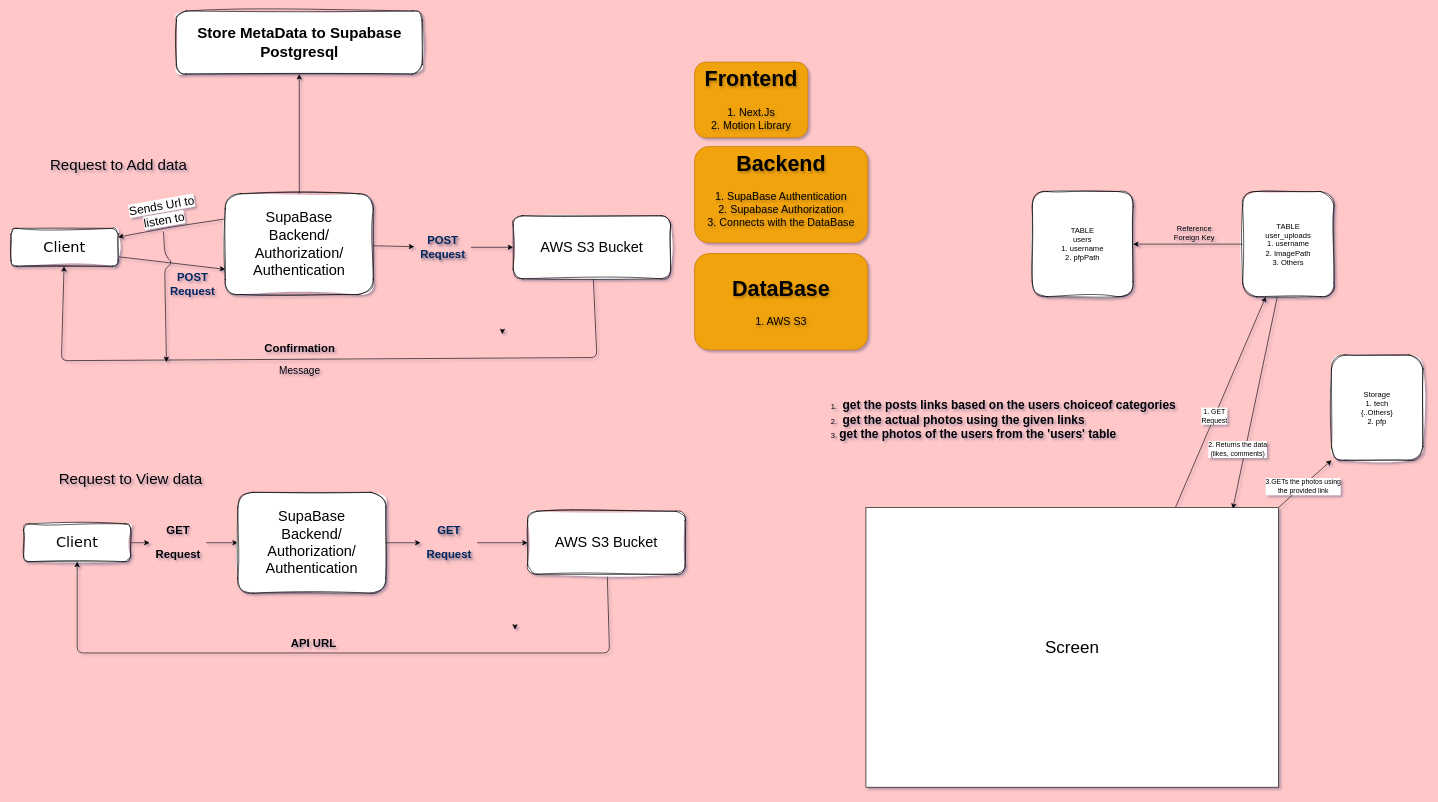
Above: layout.drawio in Vahiyaatproduct9/KickStarter (draw.io), before the change. Source tidied: cells renumbered, new cells numbered last; positions are measured from the earlier drawing's top-left corner, leaving out a move shared by most shapes. Both pictures are drawn from the tidied source at 63%, with x=0, y=0 at pixel (11, 11).
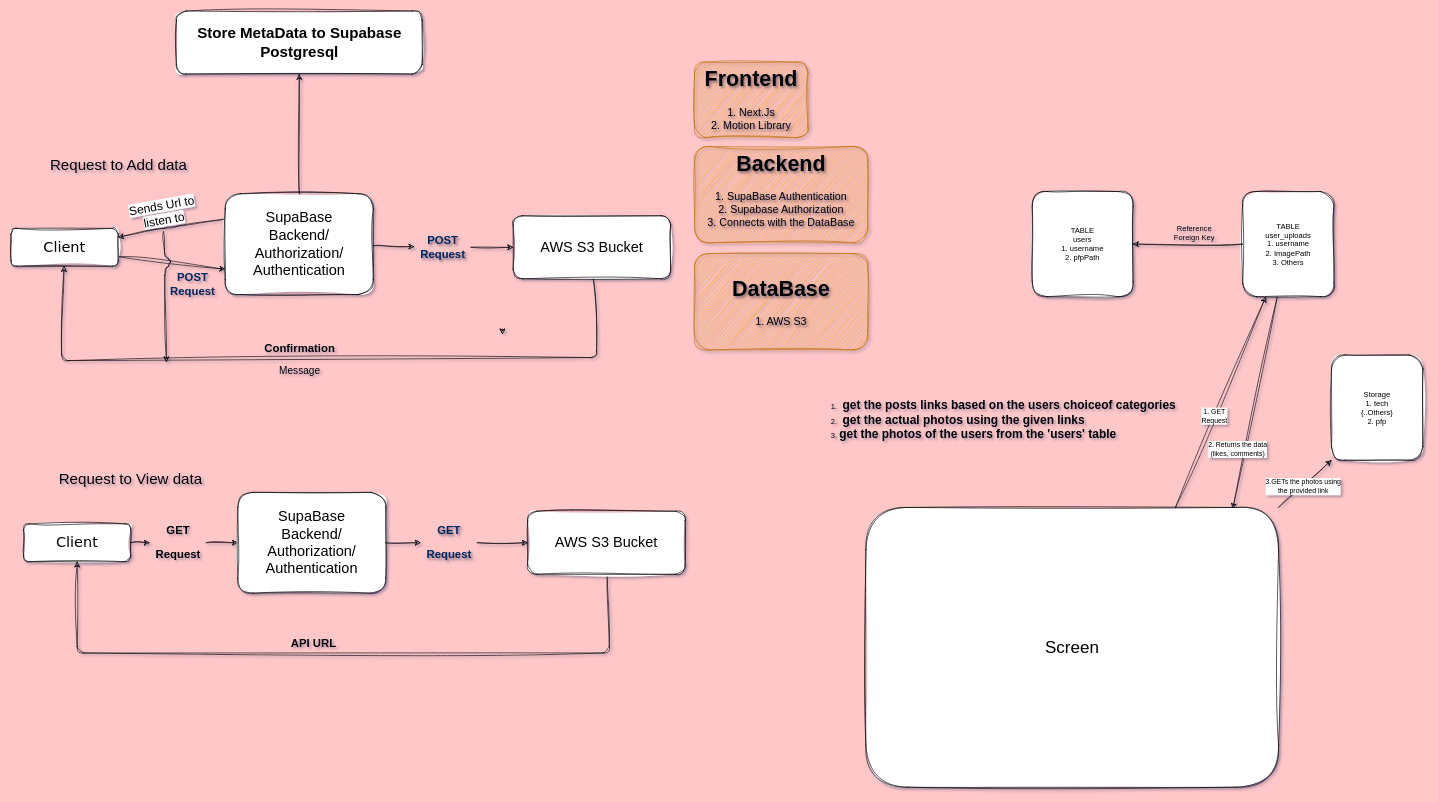
The same diagram, later.

The change refers to these unchanged cells:
```xml
<mxCell id="3" value="&lt;font face=&quot;Verdana&quot;&gt;Client&lt;/font&gt;" style="whiteSpace=wrap;html=1;sketch=1;curveFitting=1;jiggle=2;rounded=1;gradientColor=none;verticalAlign=middle;fontSize=23;" parent="1" vertex="1">
  <mxGeometry y="345" width="170" height="60" as="geometry" />
</mxCell>
<mxCell id="7" value="SupaBase&lt;div&gt;Backend/&lt;/div&gt;&lt;div&gt;Authorization/&lt;/div&gt;&lt;div&gt;Authentication&lt;/div&gt;" style="whiteSpace=wrap;html=1;sketch=1;curveFitting=1;jiggle=2;rounded=1;fontSize=23;" parent="1" vertex="1">
  <mxGeometry x="340" y="290" width="235" height="160" as="geometry" />
</mxCell>
<mxCell id="10" value="AWS S3 Bucket" style="rounded=1;whiteSpace=wrap;html=1;fontSize=23;sketch=1;curveFitting=1;jiggle=2;" parent="1" vertex="1">
  <mxGeometry x="797" y="325" width="250" height="100" as="geometry" />
</mxCell>
<mxCell id="13" value="&lt;h2&gt;&lt;font style=&quot;font-size: 24px;&quot;&gt;Store MetaData to Supabase Postgresql&lt;/font&gt;&lt;/h2&gt;" style="whiteSpace=wrap;html=1;sketch=1;curveFitting=1;jiggle=2;rounded=1;" parent="1" vertex="1">
  <mxGeometry x="262.5" width="390" height="100" as="geometry" />
</mxCell>
<mxCell id="15" value="&lt;font face=&quot;Verdana&quot;&gt;Client&lt;/font&gt;" style="whiteSpace=wrap;html=1;sketch=1;curveFitting=1;jiggle=2;rounded=1;gradientColor=none;verticalAlign=middle;fontSize=23;" parent="1" vertex="1">
  <mxGeometry x="20" y="814" width="170" height="60" as="geometry" />
</mxCell>
<mxCell id="17" value="SupaBase&lt;div&gt;Backend/&lt;/div&gt;&lt;div&gt;Authorization/&lt;/div&gt;&lt;div&gt;Authentication&lt;/div&gt;" style="whiteSpace=wrap;html=1;sketch=1;curveFitting=1;jiggle=2;rounded=1;fontSize=23;" parent="1" vertex="1">
  <mxGeometry x="360" y="764" width="235" height="160" as="geometry" />
</mxCell>
<mxCell id="20" value="AWS S3 Bucket" style="rounded=1;whiteSpace=wrap;html=1;fontSize=23;sketch=1;curveFitting=1;jiggle=2;" parent="1" vertex="1">
  <mxGeometry x="820" y="794" width="250" height="100" as="geometry" />
</mxCell>
<mxCell id="35" value="TABLE&lt;div&gt;users&lt;br&gt;&lt;/div&gt;&lt;div&gt;1. username&lt;/div&gt;&lt;div&gt;2. pfpPath&lt;/div&gt;" style="whiteSpace=wrap;html=1;sketch=1;curveFitting=1;jiggle=2;rounded=1;" parent="1" vertex="1">
  <mxGeometry x="1621" y="286.5" width="160" height="167" as="geometry" />
</mxCell>
<mxCell id="38" value="TABLE&lt;div&gt;user_uploads&lt;br&gt;&lt;/div&gt;&lt;div&gt;1. username&lt;/div&gt;&lt;div&gt;2. ImagePath&lt;/div&gt;&lt;div&gt;3. Others&lt;/div&gt;" style="whiteSpace=wrap;html=1;sketch=1;curveFitting=1;jiggle=2;rounded=1;" parent="1" vertex="1">
  <mxGeometry x="1955" y="286.5" width="145" height="167" as="geometry" />
</mxCell>
<mxCell id="41" value="Storage&lt;div&gt;1. tech&lt;/div&gt;&lt;div&gt;{..Others}&lt;/div&gt;&lt;div&gt;2. pfp&lt;/div&gt;" style="whiteSpace=wrap;html=1;sketch=1;curveFitting=1;jiggle=2;rounded=1;" parent="1" vertex="1">
  <mxGeometry x="2096" y="546" width="145" height="167" as="geometry" />
</mxCell>
```

What changed in the source:
```diff
@@
-    <mxCell id="2" style="edgeStyle=none;html=1;exitX=1;exitY=0.75;exitDx=0;exitDy=0;entryX=0;entryY=0.75;entryDx=0;entryDy=0;rounded=1;" parent="1" edge="1" source="3" target="7">
+    <mxCell id="2" style="edgeStyle=none;html=1;exitX=1;exitY=0.75;exitDx=0;exitDy=0;entryX=0;entryY=0.75;entryDx=0;entryDy=0;rounded=1;sketch=1;curveFitting=1;jiggle=2;" parent="1" edge="1" source="3" target="7">
       <mxGeometry relative="1" as="geometry" />
     </mxCell>
@@
-    <mxCell id="4" style="edgeStyle=none;rounded=1;html=1;" parent="1" edge="1" source="29" target="10">
+    <mxCell id="4" style="edgeStyle=none;rounded=1;html=1;sketch=1;curveFitting=1;jiggle=2;" parent="1" edge="1" source="29" target="10">
       <mxGeometry relative="1" as="geometry" />
     </mxCell>
-    <mxCell id="5" style="edgeStyle=none;rounded=1;html=1;exitX=0.5;exitY=0;exitDx=0;exitDy=0;entryX=0.5;entryY=1;entryDx=0;entryDy=0;" parent="1" edge="1" source="7" target="13">
+    <mxCell id="5" style="edgeStyle=none;rounded=1;html=1;exitX=0.5;exitY=0;exitDx=0;exitDy=0;entryX=0.5;entryY=1;entryDx=0;entryDy=0;sketch=1;curveFitting=1;jiggle=2;" parent="1" edge="1" source="7" target="13">
       <mxGeometry relative="1" as="geometry" />
     </mxCell>
-    <mxCell id="6" style="edgeStyle=none;html=1;exitX=0;exitY=0.25;exitDx=0;exitDy=0;rounded=1;" parent="1" edge="1" source="7" target="3">
+    <mxCell id="6" style="edgeStyle=none;html=1;exitX=0;exitY=0.25;exitDx=0;exitDy=0;rounded=1;sketch=1;curveFitting=1;jiggle=2;" parent="1" edge="1" source="7" target="3">
       <mxGeometry relative="1" as="geometry">
         <Array as="points">
           <mxPoint x="254" y="343" />
         </Array>
       </mxGeometry>
     </mxCell>
@@
-    <mxCell id="8" style="edgeStyle=none;rounded=1;html=1;exitX=1;exitY=0.5;exitDx=0;exitDy=0;fontSize=23;" parent="1" edge="1">
+    <mxCell id="8" style="edgeStyle=none;rounded=1;html=1;exitX=1;exitY=0.5;exitDx=0;exitDy=0;fontSize=23;sketch=1;curveFitting=1;jiggle=2;" parent="1" edge="1">
       <mxGeometry relative="1" as="geometry">
         <mxPoint x="780" y="505" as="sourcePoint" />
         <mxPoint x="780" y="513" as="targetPoint" />
       </mxGeometry>
     </mxCell>
-    <mxCell id="9" style="edgeStyle=none;rounded=1;html=1;" parent="1" edge="1" source="10" target="3">
+    <mxCell id="9" style="edgeStyle=none;rounded=1;html=1;sketch=1;curveFitting=1;jiggle=2;" parent="1" edge="1" source="10" target="3">
       <mxGeometry relative="1" as="geometry">
         <Array as="points">
           <mxPoint x="930" y="550" />
           <mxPoint x="80" y="555" />
         </Array>
       </mxGeometry>
     </mxCell>
@@
-    <mxCell id="11" value="&lt;font style=&quot;font-size: 24px;&quot;&gt;Request to Add data&lt;/font&gt;" style="text;strokeColor=none;align=center;fillColor=none;html=1;verticalAlign=middle;whiteSpace=wrap;rounded=1;" parent="1" vertex="1">
+    <mxCell id="11" value="&lt;font style=&quot;font-size: 24px;&quot;&gt;Request to Add data&lt;/font&gt;" style="text;strokeColor=none;align=center;fillColor=none;html=1;verticalAlign=middle;whiteSpace=wrap;rounded=1;sketch=1;curveFitting=1;jiggle=2;" parent="1" vertex="1">
       <mxGeometry x="51" y="225" width="240" height="40" as="geometry" />
     </mxCell>
-    <mxCell id="12" value="&lt;h2&gt;&lt;font style=&quot;font-size: 18px;&quot;&gt;Confirmation&lt;/font&gt;&lt;/h2&gt;&lt;div&gt;&lt;font size=&quot;3&quot;&gt;Message&lt;/font&gt;&lt;/div&gt;" style="text;html=1;align=center;verticalAlign=middle;strokeColor=none;fillColor=none;rounded=1;" parent="1" vertex="1">
+    <mxCell id="12" value="&lt;h2&gt;&lt;font style=&quot;font-size: 18px;&quot;&gt;Confirmation&lt;/font&gt;&lt;/h2&gt;&lt;div&gt;&lt;font size=&quot;3&quot;&gt;Message&lt;/font&gt;&lt;/div&gt;" style="text;html=1;align=center;verticalAlign=middle;strokeColor=none;fillColor=none;rounded=1;sketch=1;curveFitting=1;jiggle=2;" parent="1" vertex="1">
       <mxGeometry x="387.5" y="505" width="140" height="80" as="geometry" />
     </mxCell>
@@
-    <mxCell id="14" style="edgeStyle=none;rounded=1;html=1;fontSize=23;" parent="1" edge="1" source="24" target="17">
+    <mxCell id="14" style="edgeStyle=none;rounded=1;html=1;fontSize=23;sketch=1;curveFitting=1;jiggle=2;" parent="1" edge="1" source="24" target="17">
       <mxGeometry relative="1" as="geometry" />
     </mxCell>
@@
-    <mxCell id="16" style="edgeStyle=none;rounded=1;html=1;" parent="1" edge="1" source="26" target="20">
+    <mxCell id="16" style="edgeStyle=none;rounded=1;html=1;sketch=1;curveFitting=1;jiggle=2;" parent="1" edge="1" source="26" target="20">
       <mxGeometry relative="1" as="geometry" />
     </mxCell>
@@
-    <mxCell id="18" style="edgeStyle=none;rounded=1;html=1;exitX=1;exitY=0.5;exitDx=0;exitDy=0;fontSize=23;" parent="1" edge="1">
-      <mxGeometry relative="1" as="geometry">
-        <mxPoint x="800" y="974" as="sourcePoint" />
-        <mxPoint x="800" y="982" as="targetPoint" />
-      </mxGeometry>
-    </mxCell>
-    <mxCell id="19" style="edgeStyle=none;rounded=1;html=1;" parent="1" edge="1" source="20" target="15">
+    <mxCell id="19" style="edgeStyle=none;rounded=1;html=1;sketch=1;curveFitting=1;jiggle=2;" parent="1" edge="1" source="20" target="15">
       <mxGeometry relative="1" as="geometry">
         <Array as="points">
           <mxPoint x="950" y="1019" />
           <mxPoint x="105" y="1019" />
         </Array>
       </mxGeometry>
     </mxCell>
@@
-    <mxCell id="21" value="&lt;font style=&quot;font-size: 24px;&quot;&gt;Request to View data&lt;/font&gt;" style="text;strokeColor=none;align=center;fillColor=none;html=1;verticalAlign=middle;whiteSpace=wrap;rounded=1;" parent="1" vertex="1">
+    <mxCell id="21" value="&lt;font style=&quot;font-size: 24px;&quot;&gt;Request to View data&lt;/font&gt;" style="text;strokeColor=none;align=center;fillColor=none;html=1;verticalAlign=middle;whiteSpace=wrap;rounded=1;sketch=1;curveFitting=1;jiggle=2;" parent="1" vertex="1">
       <mxGeometry x="70" y="724" width="240" height="40" as="geometry" />
     </mxCell>
-    <mxCell id="22" value="&lt;h2&gt;API URL&lt;/h2&gt;" style="text;html=1;align=center;verticalAlign=middle;strokeColor=none;fillColor=none;rounded=1;" parent="1" vertex="1">
+    <mxCell id="22" value="&lt;h2&gt;API URL&lt;/h2&gt;" style="text;html=1;align=center;verticalAlign=middle;strokeColor=none;fillColor=none;rounded=1;sketch=1;curveFitting=1;jiggle=2;" parent="1" vertex="1">
       <mxGeometry x="430" y="974" width="100" height="60" as="geometry" />
     </mxCell>
-    <mxCell id="23" style="edgeStyle=none;rounded=1;html=1;fontSize=23;" parent="1" edge="1" source="15" target="24">
+    <mxCell id="23" style="edgeStyle=none;rounded=1;html=1;fontSize=23;sketch=1;curveFitting=1;jiggle=2;" parent="1" edge="1" source="15" target="24">
       <mxGeometry relative="1" as="geometry" />
     </mxCell>
-    <mxCell id="24" value="&lt;h2&gt;GET&lt;/h2&gt;&lt;h2&gt;Request&lt;/h2&gt;" style="text;html=1;align=center;verticalAlign=middle;points=[];strokeColor=none;fillColor=none;rounded=1;" parent="1" vertex="1">
+    <mxCell id="24" value="&lt;h2&gt;GET&lt;/h2&gt;&lt;h2&gt;Request&lt;/h2&gt;" style="text;html=1;align=center;verticalAlign=middle;points=[];strokeColor=none;fillColor=none;rounded=1;sketch=1;curveFitting=1;jiggle=2;" parent="1" vertex="1">
       <mxGeometry x="220" y="794" width="90" height="100" as="geometry" />
     </mxCell>
-    <mxCell id="25" style="edgeStyle=none;rounded=1;html=1;" parent="1" edge="1" source="17" target="26">
+    <mxCell id="25" style="edgeStyle=none;rounded=1;html=1;sketch=1;curveFitting=1;jiggle=2;" parent="1" edge="1" source="17" target="26">
       <mxGeometry relative="1" as="geometry" />
     </mxCell>
-    <mxCell id="26" value="&lt;h2&gt;&lt;font style=&quot;color: rgb(0, 39, 97);&quot;&gt;&lt;b&gt;GET&lt;/b&gt;&lt;/font&gt;&lt;/h2&gt;&lt;h2&gt;&lt;font style=&quot;color: rgb(0, 39, 97);&quot;&gt;&lt;b&gt;Request&lt;/b&gt;&lt;/font&gt;&lt;/h2&gt;" style="text;html=1;align=center;verticalAlign=middle;points=[];strokeColor=none;fillColor=none;textShadow=1;labelBorderColor=none;labelBackgroundColor=none;rounded=1;" parent="1" vertex="1">
+    <mxCell id="26" value="&lt;h2&gt;&lt;font style=&quot;color: rgb(0, 39, 97);&quot;&gt;&lt;b&gt;GET&lt;/b&gt;&lt;/font&gt;&lt;/h2&gt;&lt;h2&gt;&lt;font style=&quot;color: rgb(0, 39, 97);&quot;&gt;&lt;b&gt;Request&lt;/b&gt;&lt;/font&gt;&lt;/h2&gt;" style="text;html=1;align=center;verticalAlign=middle;points=[];strokeColor=none;fillColor=none;textShadow=1;labelBorderColor=none;labelBackgroundColor=none;rounded=1;sketch=1;curveFitting=1;jiggle=2;" parent="1" vertex="1">
       <mxGeometry x="650" y="794" width="90" height="100" as="geometry" />
     </mxCell>
-    <mxCell id="27" value="&lt;h2&gt;&lt;font style=&quot;color: rgb(0, 39, 97);&quot;&gt;&lt;b&gt;POST&lt;br&gt;&lt;/b&gt;&lt;b&gt;Request&lt;/b&gt;&lt;/font&gt;&lt;/h2&gt;" style="text;html=1;align=center;verticalAlign=middle;strokeColor=none;fillColor=none;rounded=1;" parent="1" vertex="1">
+    <mxCell id="27" value="&lt;h2&gt;&lt;font style=&quot;color: rgb(0, 39, 97);&quot;&gt;&lt;b&gt;POST&lt;br&gt;&lt;/b&gt;&lt;b&gt;Request&lt;/b&gt;&lt;/font&gt;&lt;/h2&gt;" style="text;html=1;align=center;verticalAlign=middle;strokeColor=none;fillColor=none;rounded=1;sketch=1;curveFitting=1;jiggle=2;" parent="1" vertex="1">
       <mxGeometry x="243" y="389" width="90" height="90" as="geometry" />
     </mxCell>
-    <mxCell id="28" style="edgeStyle=none;rounded=1;html=1;" parent="1" edge="1" source="7" target="29">
+    <mxCell id="28" style="edgeStyle=none;rounded=1;html=1;sketch=1;curveFitting=1;jiggle=2;" parent="1" edge="1" source="7" target="29">
       <mxGeometry relative="1" as="geometry" />
     </mxCell>
-    <mxCell id="29" value="&lt;h2&gt;&lt;font style=&quot;color: rgb(0, 39, 97);&quot;&gt;&lt;b&gt;POST&lt;br&gt;&lt;/b&gt;&lt;b&gt;Request&lt;/b&gt;&lt;/font&gt;&lt;/h2&gt;" style="text;html=1;align=center;verticalAlign=middle;points=[];strokeColor=none;fillColor=none;textShadow=1;labelBorderColor=none;labelBackgroundColor=none;rounded=1;" parent="1" vertex="1">
+    <mxCell id="29" value="&lt;h2&gt;&lt;font style=&quot;color: rgb(0, 39, 97);&quot;&gt;&lt;b&gt;POST&lt;br&gt;&lt;/b&gt;&lt;b&gt;Request&lt;/b&gt;&lt;/font&gt;&lt;/h2&gt;" style="text;html=1;align=center;verticalAlign=middle;points=[];strokeColor=none;fillColor=none;textShadow=1;labelBorderColor=none;labelBackgroundColor=none;rounded=1;sketch=1;curveFitting=1;jiggle=2;" parent="1" vertex="1">
       <mxGeometry x="640" y="330" width="90" height="90" as="geometry" />
     </mxCell>
-    <mxCell id="30" value="&lt;h1 style=&quot;margin-top: 0px;&quot;&gt;Frontend&lt;/h1&gt;&lt;div&gt;1. Next.Js&lt;/div&gt;&lt;div&gt;2. Motion Library&lt;/div&gt;" style="text;html=1;whiteSpace=wrap;overflow=hidden;rounded=1;fillColor=#f0a30a;fontColor=#000000;strokeColor=#BD7000;fontSize=17;textShadow=1;align=center;fontStyle=0;" parent="1" vertex="1">
+    <mxCell id="30" value="&lt;h1 style=&quot;margin-top: 0px;&quot;&gt;Frontend&lt;/h1&gt;&lt;div&gt;1. Next.Js&lt;/div&gt;&lt;div&gt;2. Motion Library&lt;/div&gt;" style="text;html=1;whiteSpace=wrap;overflow=hidden;rounded=1;fillColor=#f0a30a;fontColor=#000000;strokeColor=#BD7000;fontSize=17;textShadow=1;align=center;fontStyle=0;sketch=1;curveFitting=1;jiggle=2;" parent="1" vertex="1">
       <mxGeometry x="1085" y="81" width="180" height="120" as="geometry" />
     </mxCell>
-    <mxCell id="31" value="&lt;h1 style=&quot;margin-top: 0px;&quot;&gt;Backend&lt;/h1&gt;&lt;div&gt;1. SupaBase Authentication&lt;/div&gt;&lt;div&gt;2. Supabase Authorization&lt;/div&gt;&lt;div&gt;3. Connects with the DataBase&lt;/div&gt;" style="text;html=1;whiteSpace=wrap;overflow=hidden;rounded=1;fillColor=#f0a30a;fontColor=#000000;strokeColor=#BD7000;fontSize=17;textShadow=1;align=center;" parent="1" vertex="1">
+    <mxCell id="31" value="&lt;h1 style=&quot;margin-top: 0px;&quot;&gt;Backend&lt;/h1&gt;&lt;div&gt;1. SupaBase Authentication&lt;/div&gt;&lt;div&gt;2. Supabase Authorization&lt;/div&gt;&lt;div&gt;3. Connects with the DataBase&lt;/div&gt;" style="text;html=1;whiteSpace=wrap;overflow=hidden;rounded=1;fillColor=#f0a30a;fontColor=#000000;strokeColor=#BD7000;fontSize=17;textShadow=1;align=center;sketch=1;curveFitting=1;jiggle=2;" parent="1" vertex="1">
       <mxGeometry x="1085" y="215" width="275" height="153" as="geometry" />
     </mxCell>
-    <mxCell id="32" value="&lt;h1 style=&quot;margin-top: 0px;&quot;&gt;DataBase&lt;/h1&gt;&lt;div&gt;1. AWS S3&lt;/div&gt;" style="text;html=1;whiteSpace=wrap;overflow=hidden;rounded=1;fillColor=#f0a30a;fontColor=#000000;strokeColor=#BD7000;fontSize=17;textShadow=1;verticalAlign=middle;align=center;" parent="1" vertex="1">
+    <mxCell id="32" value="&lt;h1 style=&quot;margin-top: 0px;&quot;&gt;DataBase&lt;/h1&gt;&lt;div&gt;1. AWS S3&lt;/div&gt;" style="text;html=1;whiteSpace=wrap;overflow=hidden;rounded=1;fillColor=#f0a30a;fontColor=#000000;strokeColor=#BD7000;fontSize=17;textShadow=1;verticalAlign=middle;align=center;sketch=1;curveFitting=1;jiggle=2;" parent="1" vertex="1">
       <mxGeometry x="1085" y="385" width="275" height="153" as="geometry" />
     </mxCell>
-    <mxCell id="33" style="edgeStyle=none;html=1;rounded=1;" parent="1" edge="1" source="34">
+    <mxCell id="33" style="edgeStyle=none;html=1;rounded=1;sketch=1;curveFitting=1;jiggle=2;" parent="1" edge="1" source="34">
       <mxGeometry relative="1" as="geometry">
         <mxPoint x="246.7" y="557.3" as="targetPoint" />
         <Array as="points">
           <mxPoint x="244" y="387" />
           <mxPoint x="256" y="400" />
           <mxPoint x="244" y="410" />
         </Array>
       </mxGeometry>
     </mxCell>
-    <mxCell id="34" value="&lt;font face=&quot;Ancizar Sans&quot; style=&quot;font-size: 19px; background-color: light-dark(#ffffff, var(--ge-dark-color, #121212));&quot;&gt;Sends Url to&lt;/font&gt;&lt;div&gt;&lt;font face=&quot;Ancizar Sans&quot; style=&quot;font-size: 19px; background-color: light-dark(#ffffff, var(--ge-dark-color, #121212));&quot;&gt;listen to&lt;/font&gt;&lt;/div&gt;" style="text;html=1;align=center;verticalAlign=middle;points=[];strokeColor=none;fillColor=none;rotation=-10;rounded=1;" parent="1" vertex="1">
+    <mxCell id="34" value="&lt;font face=&quot;Ancizar Sans&quot; style=&quot;font-size: 19px; background-color: light-dark(#ffffff, var(--ge-dark-color, #121212));&quot;&gt;Sends Url to&lt;/font&gt;&lt;div&gt;&lt;font face=&quot;Ancizar Sans&quot; style=&quot;font-size: 19px; background-color: light-dark(#ffffff, var(--ge-dark-color, #121212));&quot;&gt;listen to&lt;/font&gt;&lt;/div&gt;" style="text;html=1;align=center;verticalAlign=middle;points=[];strokeColor=none;fillColor=none;rotation=-10;rounded=1;sketch=1;curveFitting=1;jiggle=2;" parent="1" vertex="1">
       <mxGeometry x="186" y="292" width="109" height="58" as="geometry" />
     </mxCell>
@@
-    <mxCell id="36" style="edgeStyle=none;html=1;entryX=0.889;entryY=0.005;entryDx=0;entryDy=0;entryPerimeter=0;" parent="1" edge="1" source="38" target="46">
+    <mxCell id="36" style="edgeStyle=none;html=1;entryX=0.889;entryY=0.005;entryDx=0;entryDy=0;entryPerimeter=0;sketch=1;curveFitting=1;jiggle=2;rounded=1;" parent="1" edge="1" source="38" target="46">
       <mxGeometry relative="1" as="geometry" />
     </mxCell>
-    <mxCell id="37" value="2. Returns the data&lt;div&gt;(likes, comments)&lt;/div&gt;" style="edgeLabel;html=1;align=center;verticalAlign=middle;" parent="36" vertex="1">
+    <mxCell id="37" value="2. Returns the data&lt;div&gt;(likes, comments)&lt;/div&gt;" style="edgeLabel;html=1;align=center;verticalAlign=middle;sketch=1;curveFitting=1;jiggle=2;rounded=1;" parent="36" vertex="1">
       <mxGeometry x="0.2" y="3" relative="1" as="geometry">
         <mxPoint x="-24" y="40" as="offset" />
       </mxGeometry>
     </mxCell>
@@
-    <mxCell id="39" style="edgeStyle=none;html=1;" parent="1" edge="1" source="38" target="35">
+    <mxCell id="39" style="edgeStyle=none;html=1;sketch=1;curveFitting=1;jiggle=2;rounded=1;" parent="1" edge="1" source="38" target="35">
       <mxGeometry relative="1" as="geometry" />
     </mxCell>
-    <mxCell id="40" value="Reference&lt;div&gt;Foreign Key&lt;/div&gt;" style="text;html=1;align=center;verticalAlign=middle;strokeColor=none;fillColor=none;" parent="1" vertex="1">
+    <mxCell id="40" value="Reference&lt;div&gt;Foreign Key&lt;/div&gt;" style="text;html=1;align=center;verticalAlign=middle;strokeColor=none;fillColor=none;sketch=1;curveFitting=1;jiggle=2;rounded=1;" parent="1" vertex="1">
       <mxGeometry x="1836" y="331" width="83" height="41" as="geometry" />
     </mxCell>
@@
-    <mxCell id="42" style="edgeStyle=none;html=1;exitX=0.75;exitY=0;exitDx=0;exitDy=0;" parent="1" edge="1" source="46" target="38">
+    <mxCell id="42" style="edgeStyle=none;html=1;exitX=0.75;exitY=0;exitDx=0;exitDy=0;sketch=1;curveFitting=1;jiggle=2;rounded=1;" parent="1" edge="1" source="46" target="38">
       <mxGeometry relative="1" as="geometry" />
     </mxCell>
-    <mxCell id="43" value="1. GET&lt;div&gt;Request&lt;/div&gt;" style="edgeLabel;html=1;align=center;verticalAlign=middle;" parent="42" vertex="1">
+    <mxCell id="43" value="1. GET&lt;div&gt;Request&lt;/div&gt;" style="edgeLabel;html=1;align=center;verticalAlign=middle;sketch=1;curveFitting=1;jiggle=2;rounded=1;" parent="42" vertex="1">
       <mxGeometry x="-0.14" y="2" relative="1" as="geometry">
         <mxPoint x="1" as="offset" />
       </mxGeometry>
     </mxCell>
-    <mxCell id="44" style="edgeStyle=none;html=1;exitX=1;exitY=0;exitDx=0;exitDy=0;entryX=0;entryY=1;entryDx=0;entryDy=0;" parent="1" edge="1" source="46" target="41">
+    <mxCell id="44" style="edgeStyle=none;html=1;exitX=1;exitY=0;exitDx=0;exitDy=0;entryX=0;entryY=1;entryDx=0;entryDy=0;sketch=1;curveFitting=1;jiggle=2;rounded=1;" parent="1" edge="1" source="46" target="41">
       <mxGeometry relative="1" as="geometry" />
     </mxCell>
-    <mxCell id="45" value="3.GETs the photos using&lt;div&gt;the provided link&lt;/div&gt;" style="edgeLabel;html=1;align=center;verticalAlign=middle;" parent="44" vertex="1">
+    <mxCell id="45" value="3.GETs the photos using&lt;div&gt;the provided link&lt;/div&gt;" style="edgeLabel;html=1;align=center;verticalAlign=middle;sketch=1;curveFitting=1;jiggle=2;rounded=1;" parent="44" vertex="1">
       <mxGeometry x="-0.11" relative="1" as="geometry">
         <mxPoint x="1" as="offset" />
       </mxGeometry>
     </mxCell>
-    <mxCell id="46" value="&lt;font style=&quot;font-size: 27px;&quot;&gt;Screen&lt;/font&gt;" style="rounded=0;whiteSpace=wrap;html=1;" parent="1" vertex="1">
+    <mxCell id="46" value="&lt;font style=&quot;font-size: 27px;&quot;&gt;Screen&lt;/font&gt;" style="rounded=1;whiteSpace=wrap;html=1;sketch=1;curveFitting=1;jiggle=2;" parent="1" vertex="1">
       <mxGeometry x="1357" y="788" width="655" height="444" as="geometry" />
     </mxCell>
-    <mxCell id="47" value="&lt;ol&gt;&lt;li&gt;&lt;b&gt;&lt;font style=&quot;font-size: 19px;&quot;&gt;&amp;nbsp;get the posts links based on the users choiceof categories&lt;/font&gt;&lt;/b&gt;&lt;/li&gt;&lt;li&gt;&lt;span style=&quot;font-size: 19px;&quot;&gt;&lt;b&gt;&amp;nbsp;get the actual photos using the given links&lt;/b&gt;&lt;/span&gt;&lt;/li&gt;&lt;li&gt;&lt;span style=&quot;font-size: 19px;&quot;&gt;&lt;b&gt;get the photos of the users from the 'users' table&lt;/b&gt;&lt;/span&gt;&lt;/li&gt;&lt;/ol&gt;" style="text;html=1;align=left;verticalAlign=middle;strokeColor=none;fillColor=none;" parent="1" vertex="1">
+    <mxCell id="47" value="&lt;ol&gt;&lt;li&gt;&lt;b&gt;&lt;font style=&quot;font-size: 19px;&quot;&gt;&amp;nbsp;get the posts links based on the users choiceof categories&lt;/font&gt;&lt;/b&gt;&lt;/li&gt;&lt;li&gt;&lt;span style=&quot;font-size: 19px;&quot;&gt;&lt;b&gt;&amp;nbsp;get the actual photos using the given links&lt;/b&gt;&lt;/span&gt;&lt;/li&gt;&lt;li&gt;&lt;span style=&quot;font-size: 19px;&quot;&gt;&lt;b&gt;get the photos of the users from the 'users' table&lt;/b&gt;&lt;/span&gt;&lt;/li&gt;&lt;/ol&gt;" style="text;html=1;align=left;verticalAlign=middle;strokeColor=none;fillColor=none;sketch=1;curveFitting=1;jiggle=2;rounded=1;" parent="1" vertex="1">
       <mxGeometry x="1273" y="589" width="592" height="122" as="geometry" />
     </mxCell>
```
